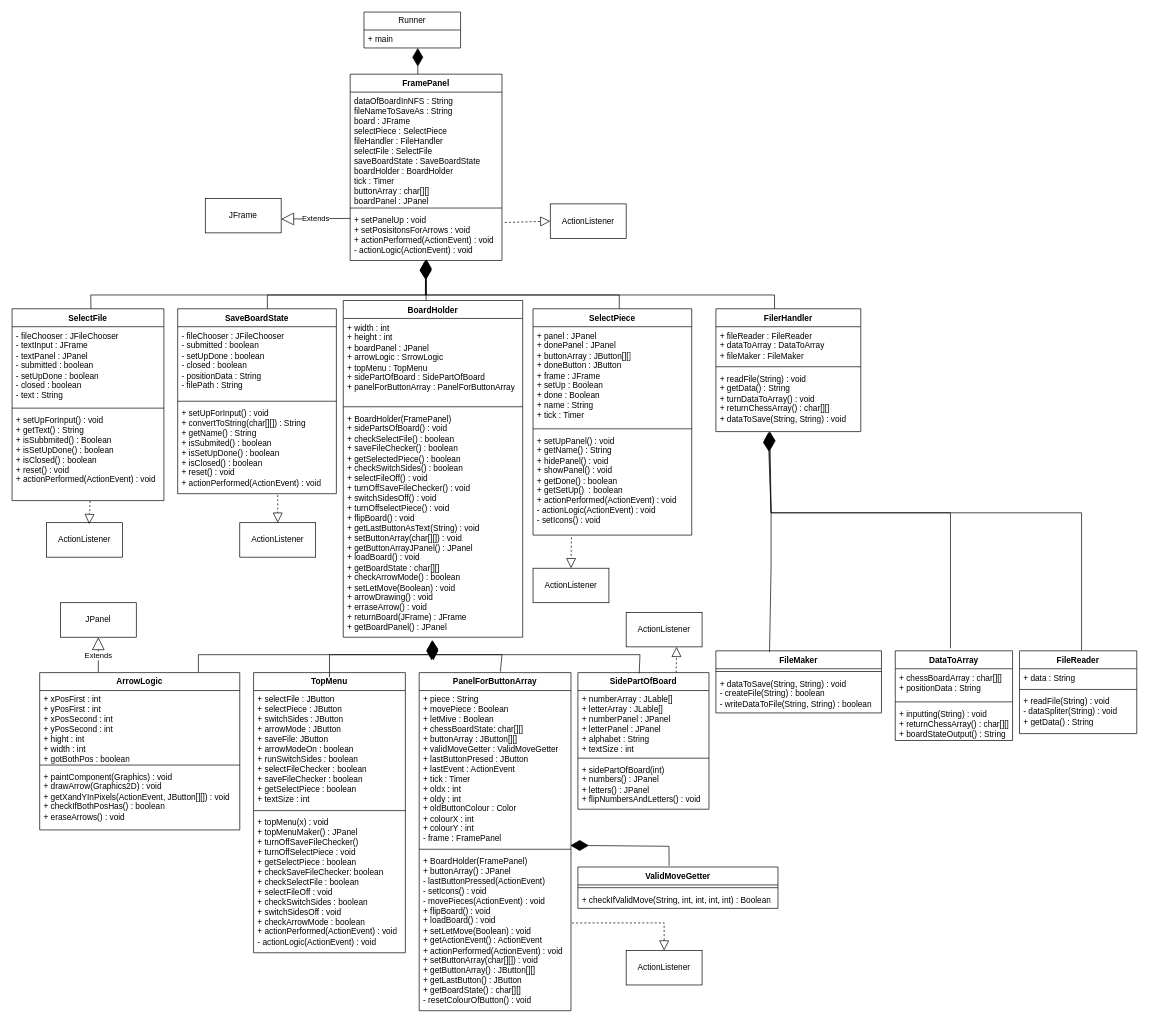
tellmon/Chess-teaching-tool keeps this draw.io diagram as reasorces/programs uml.drawio. Above is the earlier version. Source tidied: cells renumbered, new cells numbered last; positions are measured from the earlier drawing's top-left corner, leaving out a move shared by most shapes. Both pictures are drawn from the tidied source at 69%, with x=0, y=0 at pixel (12, 12).
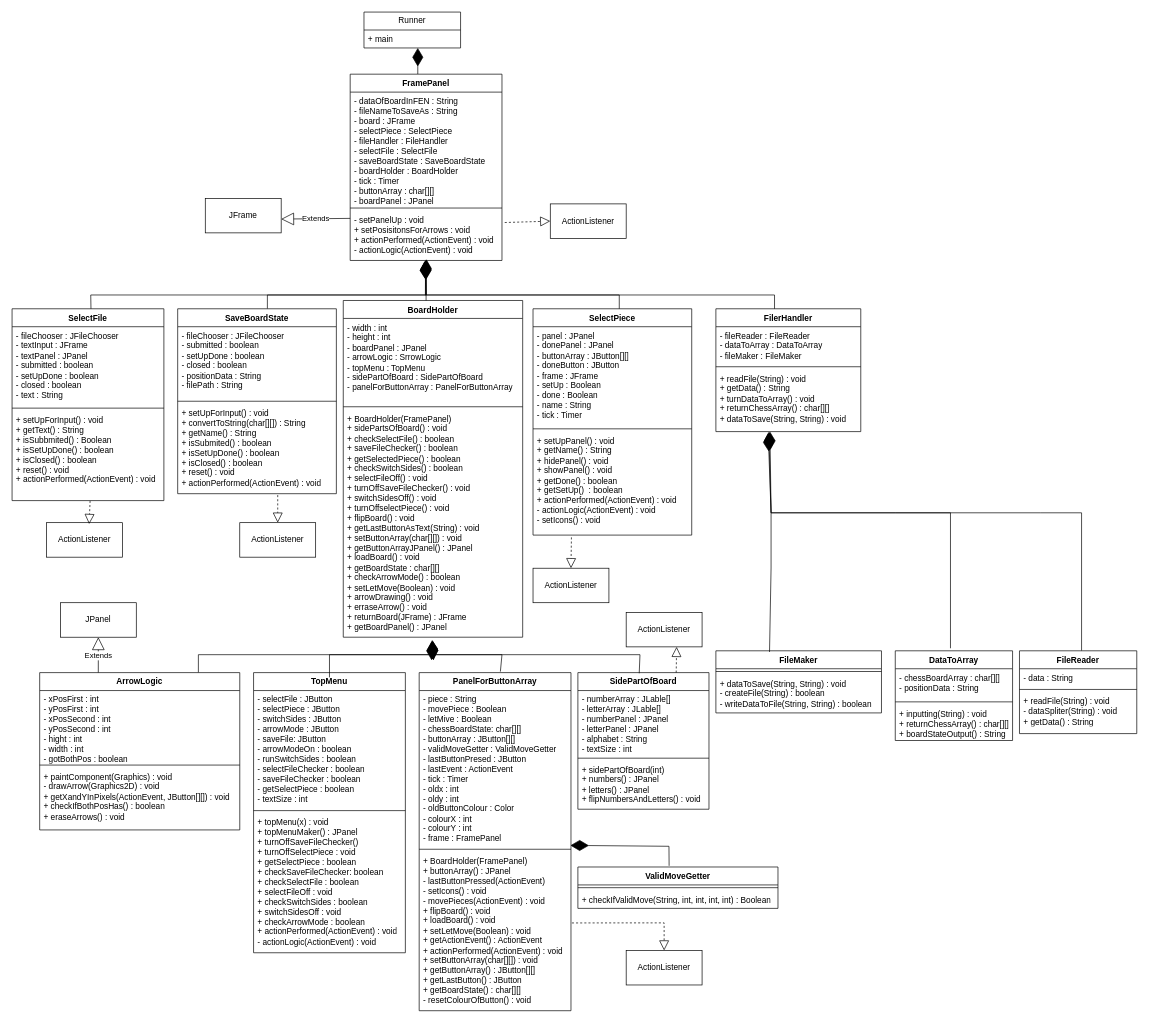
After the change.

Unchanged cells that the change refers to:
```xml
<mxCell id="9" value="PanelForButtonArray" style="swimlane;fontStyle=1;align=center;verticalAlign=top;horizontal=1;startSize=26;whiteSpace=wrap;html=1;" parent="1" vertex="1">
  <mxGeometry x="590" y="957.3" width="220" height="490" as="geometry" />
</mxCell>
<mxCell id="13" value="TopMenu" style="swimlane;fontStyle=1;align=center;verticalAlign=top;horizontal=1;startSize=26;whiteSpace=wrap;html=1;" parent="1" vertex="1">
  <mxGeometry x="350" y="957.3" width="220" height="406" as="geometry" />
</mxCell>
<mxCell id="17" value="SidePartOfBoard" style="swimlane;fontStyle=1;align=center;verticalAlign=top;horizontal=1;startSize=26;whiteSpace=wrap;html=1;" parent="1" vertex="1">
  <mxGeometry x="820" y="957.3" width="190" height="198" as="geometry" />
</mxCell>
<mxCell id="39" value="BoardHolder" style="swimlane;fontStyle=1;align=center;verticalAlign=top;horizontal=1;startSize=26;whiteSpace=wrap;html=1;" parent="1" vertex="1">
  <mxGeometry x="480" y="418" width="260" height="488" as="geometry" />
</mxCell>
<mxCell id="56" value="FramePanel" style="swimlane;fontStyle=1;align=center;verticalAlign=top;horizontal=1;startSize=26;whiteSpace=wrap;html=1;" parent="1" vertex="1">
  <mxGeometry x="490" y="90" width="220" height="270" as="geometry" />
</mxCell>
<mxCell id="68" value="SelectPiece" style="swimlane;fontStyle=1;align=center;verticalAlign=top;horizontal=1;startSize=26;whiteSpace=wrap;html=1;" parent="1" vertex="1">
  <mxGeometry x="755" y="430" width="230" height="328" as="geometry" />
</mxCell>
<mxCell id="72" value="FilerHandler" style="swimlane;fontStyle=1;align=center;verticalAlign=top;horizontal=1;startSize=26;whiteSpace=wrap;html=1;" parent="1" vertex="1">
  <mxGeometry x="1020" y="430" width="210" height="178" as="geometry" />
</mxCell>
<mxCell id="76" value="FileReader" style="swimlane;fontStyle=1;align=center;verticalAlign=top;horizontal=1;startSize=26;whiteSpace=wrap;html=1;" parent="1" vertex="1">
  <mxGeometry x="1460" y="925.7" width="170" height="120" as="geometry" />
</mxCell>
<mxCell id="80" value="DataToArray" style="swimlane;fontStyle=1;align=center;verticalAlign=top;horizontal=1;startSize=26;whiteSpace=wrap;html=1;" parent="1" vertex="1">
  <mxGeometry x="1280" y="925.7" width="170" height="130" as="geometry" />
</mxCell>
<mxCell id="84" value="ArrowLogic" style="swimlane;fontStyle=1;align=center;verticalAlign=top;horizontal=1;startSize=26;whiteSpace=wrap;html=1;" parent="1" vertex="1">
  <mxGeometry x="40" y="957.3" width="290" height="228" as="geometry" />
</mxCell>
```

What changed in the source:
```diff
@@
-    <mxCell id="10" value="+ piece : String&lt;div&gt;+ movePiece : Boolean&lt;/div&gt;&lt;div&gt;+ letMive : Boolean&lt;/div&gt;&lt;div&gt;+ chessBoardState: char[][]&lt;br&gt;&lt;/div&gt;&lt;div&gt;+ buttonArray : JButton[][]&lt;/div&gt;&lt;div&gt;+ validMoveGetter : ValidMoveGetter&lt;/div&gt;&lt;div&gt;+ lastButtonPresed : JButton&lt;/div&gt;&lt;div&gt;+ lastEvent : ActionEvent&lt;/div&gt;&lt;div&gt;+ tick : Timer&lt;/div&gt;&lt;div&gt;+ oldx : int&lt;/div&gt;&lt;div&gt;+ oldy : int&lt;/div&gt;&lt;div&gt;+ oldButtonColour : Color&lt;/div&gt;&lt;div&gt;+ colourX : int&lt;/div&gt;&lt;div&gt;+ colourY : int&lt;/div&gt;&lt;div&gt;- frame : FramePanel&lt;/div&gt;&lt;div&gt;&lt;br&gt;&lt;/div&gt;" style="text;strokeColor=none;fillColor=none;align=left;verticalAlign=top;spacingLeft=4;spacingRight=4;overflow=hidden;points=[[0,0.5],[1,0.5]];portConstraint=eastwest;whiteSpace=wrap;html=1;" parent="9" vertex="1">
+    <mxCell id="10" value="- piece : String&lt;div&gt;- movePiece : Boolean&lt;/div&gt;&lt;div&gt;- letMive : Boolean&lt;/div&gt;&lt;div&gt;- chessBoardState: char[][]&lt;br&gt;&lt;/div&gt;&lt;div&gt;- buttonArray : JButton[][]&lt;/div&gt;&lt;div&gt;- validMoveGetter : ValidMoveGetter&lt;/div&gt;&lt;div&gt;- lastButtonPresed : JButton&lt;/div&gt;&lt;div&gt;- lastEvent : ActionEvent&lt;/div&gt;&lt;div&gt;- tick : Timer&lt;/div&gt;&lt;div&gt;- oldx : int&lt;/div&gt;&lt;div&gt;- oldy : int&lt;/div&gt;&lt;div&gt;- oldButtonColour : Color&lt;/div&gt;&lt;div&gt;- colourX : int&lt;/div&gt;&lt;div&gt;- colourY : int&lt;/div&gt;&lt;div&gt;- frame : FramePanel&lt;/div&gt;&lt;div&gt;&lt;br&gt;&lt;/div&gt;" style="text;strokeColor=none;fillColor=none;align=left;verticalAlign=top;spacingLeft=4;spacingRight=4;overflow=hidden;points=[[0,0.5],[1,0.5]];portConstraint=eastwest;whiteSpace=wrap;html=1;" parent="9" vertex="1">
       <mxGeometry y="26" width="220" height="226" as="geometry" />
     </mxCell>
@@
-    <mxCell id="14" value="+ selectFile : JButton&lt;div&gt;+ selectPiece : JButton&lt;/div&gt;&lt;div&gt;+ switchSides : JButton&lt;/div&gt;&lt;div&gt;+ arrowMode : JButton&lt;/div&gt;&lt;div&gt;+ saveFile: JButton&lt;/div&gt;&lt;div&gt;+ arrowModeOn : boolean&lt;/div&gt;&lt;div&gt;+ runSwitchSides : boolean&lt;/div&gt;&lt;div&gt;+ selectFileChecker : boolean&lt;/div&gt;&lt;div&gt;+ saveFileChecker : boolean&lt;/div&gt;&lt;div&gt;+ getSelectPiece : boolean&lt;/div&gt;&lt;div&gt;+ textSize : int&lt;/div&gt;" style="text;strokeColor=none;fillColor=none;align=left;verticalAlign=top;spacingLeft=4;spacingRight=4;overflow=hidden;whiteSpace=wrap;html=1;" parent="13" vertex="1">
+    <mxCell id="14" value="- selectFile : JButton&lt;div&gt;- selectPiece : JButton&lt;/div&gt;&lt;div&gt;- switchSides : JButton&lt;/div&gt;&lt;div&gt;- arrowMode : JButton&lt;/div&gt;&lt;div&gt;- saveFile: JButton&lt;/div&gt;&lt;div&gt;- arrowModeOn : boolean&lt;/div&gt;&lt;div&gt;- runSwitchSides : boolean&lt;/div&gt;&lt;div&gt;- selectFileChecker : boolean&lt;/div&gt;&lt;div&gt;- saveFileChecker : boolean&lt;/div&gt;&lt;div&gt;- getSelectPiece : boolean&lt;/div&gt;&lt;div&gt;- textSize : int&lt;/div&gt;" style="text;strokeColor=none;fillColor=none;align=left;verticalAlign=top;spacingLeft=4;spacingRight=4;overflow=hidden;whiteSpace=wrap;html=1;" parent="13" vertex="1">
       <mxGeometry y="26" width="220" height="170" as="geometry" />
     </mxCell>
@@
-    <mxCell id="18" value="+ numberArray : JLable[]&lt;div&gt;+ letterArray : JLable[]&lt;/div&gt;&lt;div&gt;+ numberPanel : JPanel&lt;/div&gt;&lt;div&gt;+ letterPanel : JPanel&lt;/div&gt;&lt;div&gt;+ alphabet : String&lt;/div&gt;&lt;div&gt;+ textSize : int&lt;/div&gt;" style="text;strokeColor=none;fillColor=none;align=left;verticalAlign=top;spacingLeft=4;spacingRight=4;overflow=hidden;whiteSpace=wrap;html=1;" parent="17" vertex="1">
+    <mxCell id="18" value="- numberArray : JLable[]&lt;div&gt;- letterArray : JLable[]&lt;/div&gt;&lt;div&gt;- numberPanel : JPanel&lt;/div&gt;&lt;div&gt;- letterPanel : JPanel&lt;/div&gt;&lt;div&gt;- alphabet : String&lt;/div&gt;&lt;div&gt;- textSize : int&lt;/div&gt;" style="text;strokeColor=none;fillColor=none;align=left;verticalAlign=top;spacingLeft=4;spacingRight=4;overflow=hidden;whiteSpace=wrap;html=1;" parent="17" vertex="1">
       <mxGeometry y="26" width="190" height="94" as="geometry" />
     </mxCell>
@@
-    <mxCell id="40" value="+ width : int&lt;div&gt;+ height : int&lt;/div&gt;&lt;div&gt;+ boardPanel : JPanel&lt;/div&gt;&lt;div&gt;+ arrowLogic : SrrowLogic&lt;/div&gt;&lt;div&gt;+ topMenu : TopMenu&lt;/div&gt;&lt;div&gt;+ sidePartOfBoard : SidePartOfBoard&lt;/div&gt;&lt;div&gt;+ panelForButtonArray : PanelForButtonArray&lt;/div&gt;" style="text;strokeColor=none;fillColor=none;align=left;verticalAlign=top;spacingLeft=4;spacingRight=4;overflow=hidden;whiteSpace=wrap;html=1;" parent="39" vertex="1">
+    <mxCell id="40" value="- width : int&lt;div&gt;- height : int&lt;/div&gt;&lt;div&gt;- boardPanel : JPanel&lt;/div&gt;&lt;div&gt;- arrowLogic : SrrowLogic&lt;/div&gt;&lt;div&gt;- topMenu : TopMenu&lt;/div&gt;&lt;div&gt;- sidePartOfBoard : SidePartOfBoard&lt;/div&gt;&lt;div&gt;- panelForButtonArray : PanelForButtonArray&lt;/div&gt;" style="text;strokeColor=none;fillColor=none;align=left;verticalAlign=top;spacingLeft=4;spacingRight=4;overflow=hidden;whiteSpace=wrap;html=1;" parent="39" vertex="1">
       <mxGeometry y="26" width="260" height="124" as="geometry" />
     </mxCell>
@@
-    <mxCell id="57" value="dataOfBoardInNFS : String&lt;div&gt;fileNameToSaveAs : String&lt;/div&gt;&lt;div&gt;board : JFrame&lt;/div&gt;&lt;div&gt;selectPiece : SelectPiece&lt;/div&gt;&lt;div&gt;fileHandler : FileHandler&lt;/div&gt;&lt;div&gt;selectFile : SelectFile&lt;/div&gt;&lt;div&gt;saveBoardState : SaveBoardState&lt;/div&gt;&lt;div&gt;boardHolder : BoardHolder&lt;/div&gt;&lt;div&gt;tick : Timer&lt;/div&gt;&lt;div&gt;buttonArray : char[][]&lt;/div&gt;&lt;div&gt;boardPanel : JPanel&amp;nbsp;&lt;/div&gt;" style="text;strokeColor=none;fillColor=none;align=left;verticalAlign=top;spacingLeft=4;spacingRight=4;overflow=hidden;whiteSpace=wrap;html=1;" parent="56" vertex="1">
+    <mxCell id="57" value="- dataOfBoardInFEN : String&lt;div&gt;- fileNameToSaveAs : String&lt;/div&gt;&lt;div&gt;- board : JFrame&lt;/div&gt;&lt;div&gt;- selectPiece : SelectPiece&lt;/div&gt;&lt;div&gt;- fileHandler : FileHandler&lt;/div&gt;&lt;div&gt;- selectFile : SelectFile&lt;/div&gt;&lt;div&gt;- saveBoardState : SaveBoardState&lt;/div&gt;&lt;div&gt;- boardHolder : BoardHolder&lt;/div&gt;&lt;div&gt;- tick : Timer&lt;/div&gt;&lt;div&gt;- buttonArray : char[][]&lt;/div&gt;&lt;div&gt;- boardPanel : JPanel&amp;nbsp;&lt;/div&gt;" style="text;strokeColor=none;fillColor=none;align=left;verticalAlign=top;spacingLeft=4;spacingRight=4;overflow=hidden;whiteSpace=wrap;html=1;" parent="56" vertex="1">
       <mxGeometry y="26" width="220" height="164" as="geometry" />
     </mxCell>
@@
-    <mxCell id="59" value="+ setPanelUp : void&lt;div&gt;+ setPosisitonsForArrows&amp;nbsp;&lt;span style=&quot;background-color: transparent; color: light-dark(rgb(0, 0, 0), rgb(255, 255, 255));&quot;&gt;: void&lt;/span&gt;&lt;/div&gt;&lt;div&gt;+ actionPerformed(&lt;span style=&quot;background-color: transparent; color: light-dark(rgb(0, 0, 0), rgb(255, 255, 255));&quot;&gt;ActionEvent&lt;/span&gt;&lt;span style=&quot;background-color: transparent; color: light-dark(rgb(0, 0, 0), rgb(255, 255, 255));&quot;&gt;)&amp;nbsp;&lt;/span&gt;&lt;span style=&quot;background-color: transparent; color: light-dark(rgb(0, 0, 0), rgb(255, 255, 255));&quot;&gt;: void&lt;/span&gt;&lt;/div&gt;&lt;div&gt;-&amp;nbsp;actionLogic(ActionEvent)&amp;nbsp;&lt;span style=&quot;background-color: transparent; color: light-dark(rgb(0, 0, 0), rgb(255, 255, 255));&quot;&gt;: void&lt;/span&gt;&lt;/div&gt;&lt;div&gt;&lt;br&gt;&lt;/div&gt;" style="text;strokeColor=none;fillColor=none;align=left;verticalAlign=top;spacingLeft=4;spacingRight=4;overflow=hidden;whiteSpace=wrap;html=1;" parent="56" vertex="1">
+    <mxCell id="59" value="- setPanelUp : void&lt;div&gt;+ setPosisitonsForArrows&amp;nbsp;&lt;span style=&quot;background-color: transparent; color: light-dark(rgb(0, 0, 0), rgb(255, 255, 255));&quot;&gt;: void&lt;/span&gt;&lt;/div&gt;&lt;div&gt;+ actionPerformed(&lt;span style=&quot;background-color: transparent; color: light-dark(rgb(0, 0, 0), rgb(255, 255, 255));&quot;&gt;ActionEvent&lt;/span&gt;&lt;span style=&quot;background-color: transparent; color: light-dark(rgb(0, 0, 0), rgb(255, 255, 255));&quot;&gt;)&amp;nbsp;&lt;/span&gt;&lt;span style=&quot;background-color: transparent; color: light-dark(rgb(0, 0, 0), rgb(255, 255, 255));&quot;&gt;: void&lt;/span&gt;&lt;/div&gt;&lt;div&gt;-&amp;nbsp;actionLogic(ActionEvent)&amp;nbsp;&lt;span style=&quot;background-color: transparent; color: light-dark(rgb(0, 0, 0), rgb(255, 255, 255));&quot;&gt;: void&lt;/span&gt;&lt;/div&gt;&lt;div&gt;&lt;br&gt;&lt;/div&gt;" style="text;strokeColor=none;fillColor=none;align=left;verticalAlign=top;spacingLeft=4;spacingRight=4;overflow=hidden;whiteSpace=wrap;html=1;" parent="56" vertex="1">
       <mxGeometry y="198" width="220" height="72" as="geometry" />
     </mxCell>
@@
-    <mxCell id="69" value="+ panel : JPanel&lt;div&gt;+ donePanel : JPanel&lt;/div&gt;&lt;div&gt;+ buttonArray : JButton[][]&lt;/div&gt;&lt;div&gt;+ doneButton : JButton&lt;/div&gt;&lt;div&gt;+ frame : JFrame&lt;/div&gt;&lt;div&gt;+ setUp : Boolean&lt;/div&gt;&lt;div&gt;+ done : Boolean&lt;/div&gt;&lt;div&gt;+ name : String&lt;/div&gt;&lt;div&gt;+ tick : Timer&lt;/div&gt;" style="text;strokeColor=none;fillColor=none;align=left;verticalAlign=top;spacingLeft=4;spacingRight=4;overflow=hidden;whiteSpace=wrap;html=1;" parent="68" vertex="1">
+    <mxCell id="69" value="- panel : JPanel&lt;div&gt;- donePanel : JPanel&lt;/div&gt;&lt;div&gt;- buttonArray : JButton[][]&lt;/div&gt;&lt;div&gt;- doneButton : JButton&lt;/div&gt;&lt;div&gt;- frame : JFrame&lt;/div&gt;&lt;div&gt;- setUp : Boolean&lt;/div&gt;&lt;div&gt;- done : Boolean&lt;/div&gt;&lt;div&gt;- name : String&lt;/div&gt;&lt;div&gt;- tick : Timer&lt;/div&gt;" style="text;strokeColor=none;fillColor=none;align=left;verticalAlign=top;spacingLeft=4;spacingRight=4;overflow=hidden;whiteSpace=wrap;html=1;" parent="68" vertex="1">
       <mxGeometry y="26" width="230" height="144" as="geometry" />
     </mxCell>
@@
-    <mxCell id="73" value="+ fileReader : FileReader&lt;div&gt;+ dataToArray : DataToArray&lt;/div&gt;&lt;div&gt;+ fileMaker : FileMaker&lt;/div&gt;" style="text;strokeColor=none;fillColor=none;align=left;verticalAlign=top;spacingLeft=4;spacingRight=4;overflow=hidden;whiteSpace=wrap;html=1;" parent="72" vertex="1">
+    <mxCell id="73" value="- fileReader : FileReader&lt;div&gt;- dataToArray : DataToArray&lt;/div&gt;&lt;div&gt;- fileMaker : FileMaker&lt;/div&gt;" style="text;strokeColor=none;fillColor=none;align=left;verticalAlign=top;spacingLeft=4;spacingRight=4;overflow=hidden;whiteSpace=wrap;html=1;" parent="72" vertex="1">
       <mxGeometry y="26" width="210" height="54" as="geometry" />
     </mxCell>
@@
-    <mxCell id="77" value="+ data : String" style="text;strokeColor=none;fillColor=none;align=left;verticalAlign=top;spacingLeft=4;spacingRight=4;overflow=hidden;whiteSpace=wrap;html=1;" parent="76" vertex="1">
+    <mxCell id="77" value="- data : String" style="text;strokeColor=none;fillColor=none;align=left;verticalAlign=top;spacingLeft=4;spacingRight=4;overflow=hidden;whiteSpace=wrap;html=1;" parent="76" vertex="1">
       <mxGeometry y="26" width="170" height="26" as="geometry" />
     </mxCell>
@@
-    <mxCell id="81" value="+ chessBoardArray : char[][]&lt;div&gt;+ positionData : String&lt;/div&gt;" style="text;strokeColor=none;fillColor=none;align=left;verticalAlign=top;spacingLeft=4;spacingRight=4;overflow=hidden;whiteSpace=wrap;html=1;" parent="80" vertex="1">
+    <mxCell id="81" value="- chessBoardArray : char[][]&lt;div&gt;- positionData : String&lt;/div&gt;" style="text;strokeColor=none;fillColor=none;align=left;verticalAlign=top;spacingLeft=4;spacingRight=4;overflow=hidden;whiteSpace=wrap;html=1;" parent="80" vertex="1">
       <mxGeometry y="26" width="170" height="44" as="geometry" />
     </mxCell>
@@
-    <mxCell id="85" value="+ xPosFirst : int&lt;div&gt;+ yPosFirst : int&lt;/div&gt;&lt;div&gt;+ xPosSecond : int&lt;/div&gt;&lt;div&gt;+ yPosSecond : int&lt;/div&gt;&lt;div&gt;+ hight : int&lt;/div&gt;&lt;div&gt;+ width : int&lt;/div&gt;&lt;div&gt;+ gotBothPos : boolean&lt;/div&gt;" style="text;strokeColor=none;fillColor=none;align=left;verticalAlign=top;spacingLeft=4;spacingRight=4;overflow=hidden;whiteSpace=wrap;html=1;" parent="84" vertex="1">
+    <mxCell id="85" value="- xPosFirst : int&lt;div&gt;- yPosFirst : int&lt;/div&gt;&lt;div&gt;- xPosSecond : int&lt;/div&gt;&lt;div&gt;- yPosSecond : int&lt;/div&gt;&lt;div&gt;- hight : int&lt;/div&gt;&lt;div&gt;- width : int&lt;/div&gt;&lt;div&gt;- gotBothPos : boolean&lt;/div&gt;" style="text;strokeColor=none;fillColor=none;align=left;verticalAlign=top;spacingLeft=4;spacingRight=4;overflow=hidden;whiteSpace=wrap;html=1;" parent="84" vertex="1">
       <mxGeometry y="26" width="290" height="104" as="geometry" />
     </mxCell>
@@
-    <mxCell id="87" value="+ paintComponent(Graphics) : void&lt;div&gt;+ drawArrow(Graphics2D)&amp;nbsp;&lt;span style=&quot;background-color: transparent; color: light-dark(rgb(0, 0, 0), rgb(255, 255, 255));&quot;&gt;: void&lt;/span&gt;&lt;/div&gt;&lt;div&gt;+ getXandYInPixels(ActionEvent, JButton[][])&amp;nbsp;&lt;span style=&quot;background-color: transparent; color: light-dark(rgb(0, 0, 0), rgb(255, 255, 255));&quot;&gt;: void&lt;/span&gt;&lt;/div&gt;&lt;div&gt;+ checkIfBothPosHas() : boolean&lt;/div&gt;&lt;div&gt;+ eraseArrows()&amp;nbsp;&lt;span style=&quot;background-color: transparent; color: light-dark(rgb(0, 0, 0), rgb(255, 255, 255));&quot;&gt;: void&lt;/span&gt;&lt;/div&gt;" style="text;strokeColor=none;fillColor=none;align=left;verticalAlign=top;spacingLeft=4;spacingRight=4;overflow=hidden;whiteSpace=wrap;html=1;" parent="84" vertex="1">
+    <mxCell id="87" value="+ paintComponent(Graphics) : void&lt;div&gt;- drawArrow(Graphics2D)&amp;nbsp;&lt;span style=&quot;background-color: transparent; color: light-dark(rgb(0, 0, 0), rgb(255, 255, 255));&quot;&gt;: void&lt;/span&gt;&lt;/div&gt;&lt;div&gt;+ getXandYInPixels(ActionEvent, JButton[][])&amp;nbsp;&lt;span style=&quot;background-color: transparent; color: light-dark(rgb(0, 0, 0), rgb(255, 255, 255));&quot;&gt;: void&lt;/span&gt;&lt;/div&gt;&lt;div&gt;+ checkIfBothPosHas() : boolean&lt;/div&gt;&lt;div&gt;+ eraseArrows()&amp;nbsp;&lt;span style=&quot;background-color: transparent; color: light-dark(rgb(0, 0, 0), rgb(255, 255, 255));&quot;&gt;: void&lt;/span&gt;&lt;/div&gt;" style="text;strokeColor=none;fillColor=none;align=left;verticalAlign=top;spacingLeft=4;spacingRight=4;overflow=hidden;whiteSpace=wrap;html=1;" parent="84" vertex="1">
       <mxGeometry y="138" width="290" height="90" as="geometry" />
     </mxCell>
```
